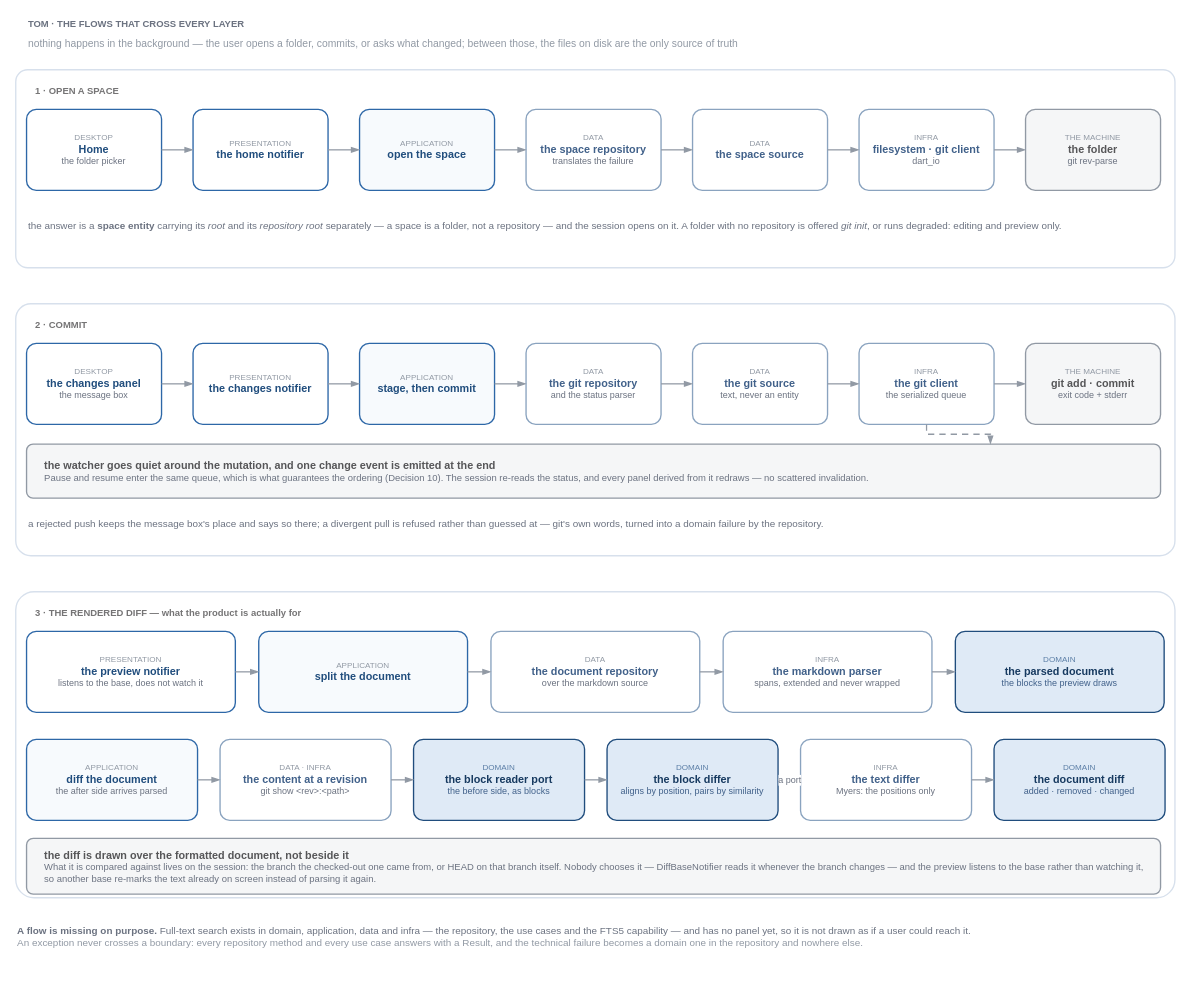
Before: page "Fluxos · TOM" (4 of 4) of docs/technical/architecture.drawio in thomasfranke/tom, a draw.io diagram. Source tidied: cells renumbered, new cells numbered last; positions are measured from the earlier drawing's top-left corner, leaving out a move shared by most shapes. Both pictures are drawn from the tidied source at 90%, with x=0, y=0 at pixel (15, 15).
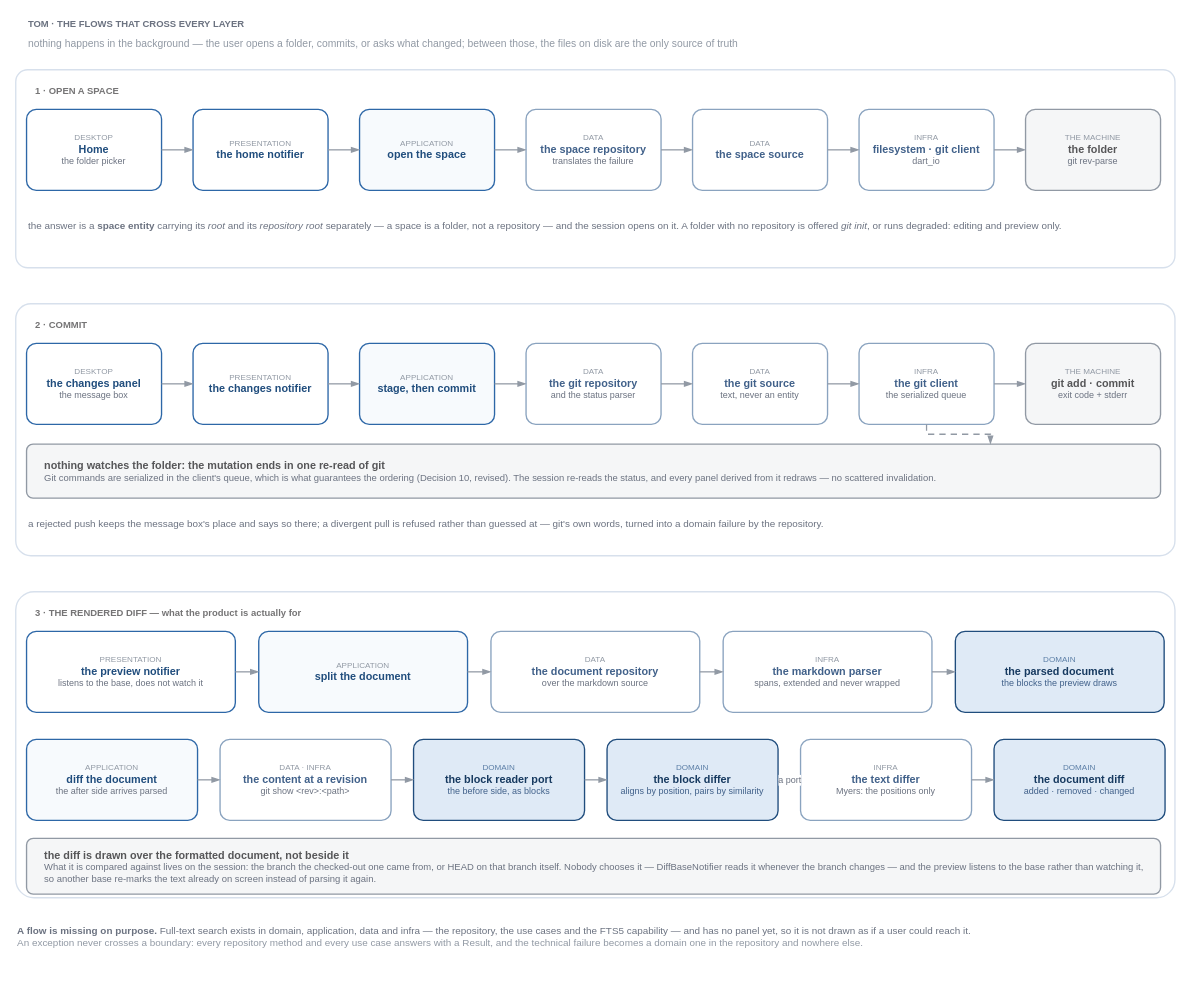
Above is the later version.

Diff of the diagram source:
```diff
@@
-    <mxCell id="33" value="&lt;b style=&quot;font-size:12px&quot;&gt;the watcher goes quiet around the mutation, and one change event is emitted at the end&lt;/b&gt;&lt;div style=&quot;font-size:10.5px;color:#6b7280&quot;&gt;Pause and resume enter the same queue, which is what guarantees the ordering (Decision 10). The session re-reads the status, and every panel derived from it redraws — no scattered invalidation.&lt;/div&gt;" style="rounded=1;arcSize=12;whiteSpace=wrap;html=1;fontFamily=Helvetica;fillColor=#f5f6f7;strokeColor=#9199a4;strokeWidth=1.5;fontColor=#565658;verticalAlign=middle;align=left;spacingLeft=18;spacingRight=18;" parent="1" vertex="1">
+    <mxCell id="33" value="&lt;b style=&quot;font-size:12px&quot;&gt;nothing watches the folder: the mutation ends in one re-read of git&lt;/b&gt;&lt;div style=&quot;font-size:10.5px;color:#6b7280&quot;&gt;Git commands are serialized in the client's queue, which is what guarantees the ordering (Decision 10, revised). The session re-reads the status, and every panel derived from it redraws — no scattered invalidation.&lt;/div&gt;" style="rounded=1;arcSize=12;whiteSpace=wrap;html=1;fontFamily=Helvetica;fillColor=#f5f6f7;strokeColor=#9199a4;strokeWidth=1.5;fontColor=#565658;verticalAlign=middle;align=left;spacingLeft=18;spacingRight=18;" parent="1" vertex="1">
       <mxGeometry x="12" y="476" width="1260" height="60" as="geometry" />
     </mxCell>
```
